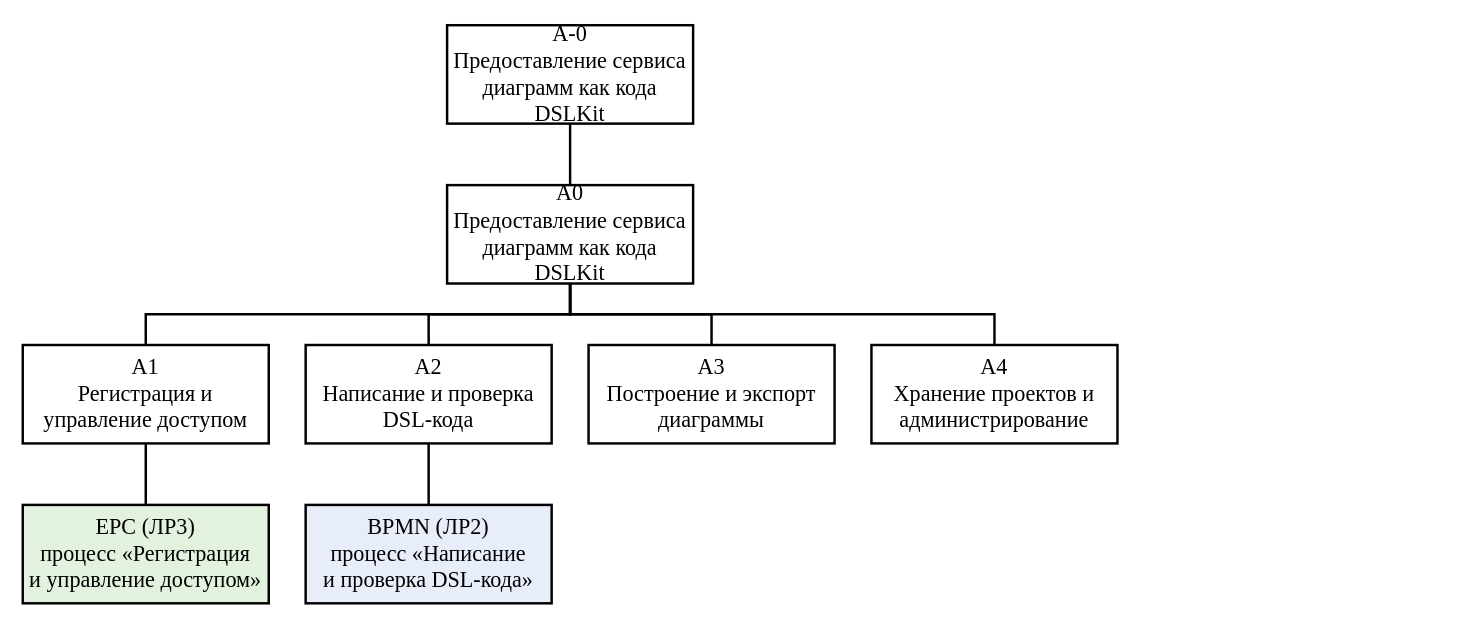
Above: page "Дерево узлов" (3 of 4) of docs/mbp/ЛР1_Анализ_предметной_области/ВСЕ_ДИАГРАММЫ_ЛР1.drawio in KsushaKhadzhinova/DSLKit-Project (draw.io), before the change. Source tidied: cells renumbered, new cells numbered last; positions are measured from the earlier drawing's top-left corner, leaving out a move shared by most shapes. Both pictures are drawn from the tidied source at 123%, with x=0, y=0 at pixel (22, 25).
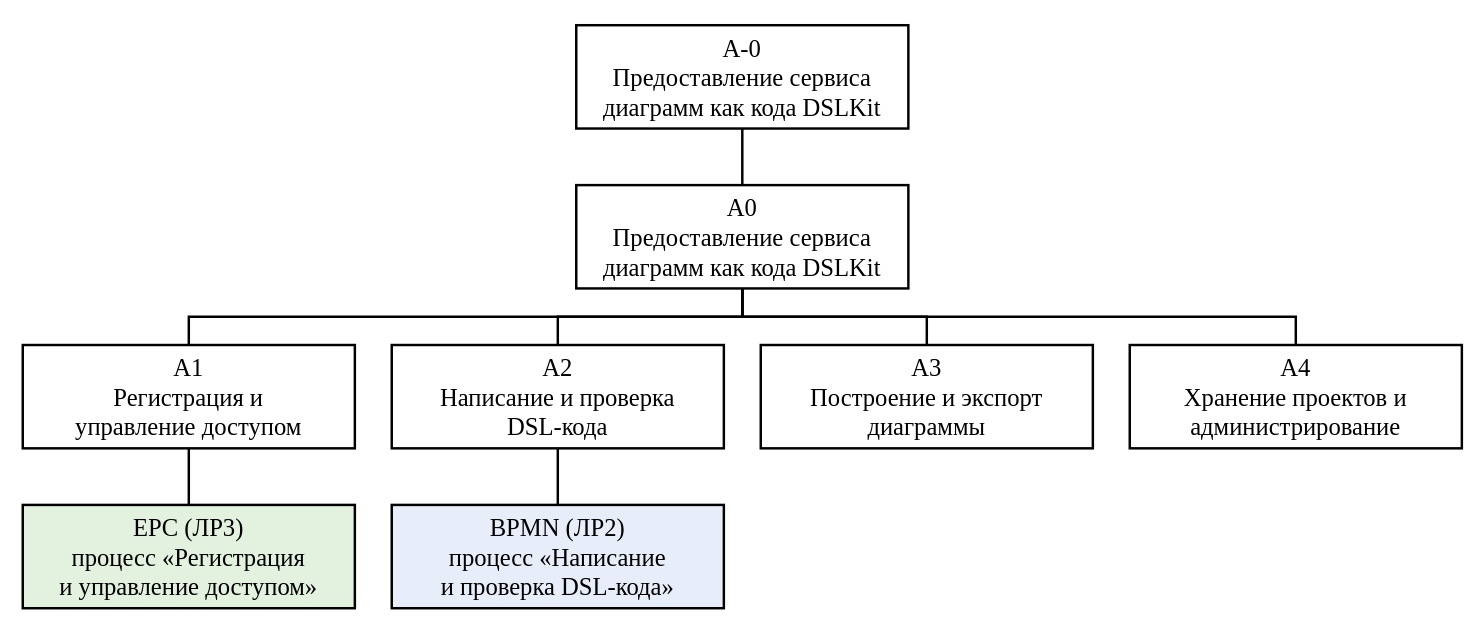
After the change.

What changed in the source:
```diff
@@
-    <mxCell id="2" value="A-0&lt;br&gt;Предоставление сервиса&lt;br&gt;диаграмм как кода DSLKit" style="html=1;fontFamily=Times New Roman;rounded=0;whiteSpace=wrap;fillColor=#FFFFFF;strokeColor=#000000;strokeWidth=2;fontSize=18;align=center;verticalAlign=middle;" parent="1" vertex="1">
-      <mxGeometry x="345" width="200" height="80" as="geometry" />
+    <mxCell id="2" value="A-0&lt;br&gt;Предоставление сервиса&lt;br&gt;диаграмм как кода DSLKit" style="html=1;fontFamily=Times New Roman;rounded=0;whiteSpace=wrap;fillColor=#FFFFFF;strokeColor=#000000;strokeWidth=2;fontSize=20;align=center;verticalAlign=middle;" parent="1" vertex="1">
+      <mxGeometry x="450" width="270" height="84" as="geometry" />
     </mxCell>
-    <mxCell id="3" value="A0&lt;br&gt;Предоставление сервиса&lt;br&gt;диаграмм как кода DSLKit" style="html=1;fontFamily=Times New Roman;rounded=0;whiteSpace=wrap;fillColor=#FFFFFF;strokeColor=#000000;strokeWidth=2;fontSize=18;align=center;verticalAlign=middle;" parent="1" vertex="1">
-      <mxGeometry x="345" y="130" width="200" height="80" as="geometry" />
+    <mxCell id="3" value="A0&lt;br&gt;Предоставление сервиса&lt;br&gt;диаграмм как кода DSLKit" style="html=1;fontFamily=Times New Roman;rounded=0;whiteSpace=wrap;fillColor=#FFFFFF;strokeColor=#000000;strokeWidth=2;fontSize=20;align=center;verticalAlign=middle;" parent="1" vertex="1">
+      <mxGeometry x="450" y="130" width="270" height="84" as="geometry" />
     </mxCell>
-    <mxCell id="4" value="A1&lt;br&gt;Регистрация и&lt;br&gt;управление доступом" style="html=1;fontFamily=Times New Roman;rounded=0;whiteSpace=wrap;fillColor=#FFFFFF;strokeColor=#000000;strokeWidth=2;fontSize=18;align=center;verticalAlign=middle;" parent="1" vertex="1">
-      <mxGeometry y="260" width="200" height="80" as="geometry" />
+    <mxCell id="4" value="A1&lt;br&gt;Регистрация и&lt;br&gt;управление доступом" style="html=1;fontFamily=Times New Roman;rounded=0;whiteSpace=wrap;fillColor=#FFFFFF;strokeColor=#000000;strokeWidth=2;fontSize=20;align=center;verticalAlign=middle;" parent="1" vertex="1">
+      <mxGeometry y="260" width="270" height="84" as="geometry" />
     </mxCell>
-    <mxCell id="5" value="EPC (ЛР3)&lt;br&gt;процесс «Регистрация&lt;br&gt;и управление доступом»" style="html=1;fontFamily=Times New Roman;rounded=0;whiteSpace=wrap;fillColor=#E3F1DF;strokeColor=#000000;strokeWidth=2;fontSize=18;align=center;verticalAlign=middle;" parent="1" vertex="1">
-      <mxGeometry y="390" width="200" height="80" as="geometry" />
+    <mxCell id="5" value="EPC (ЛР3)&lt;br&gt;процесс «Регистрация&lt;br&gt;и управление доступом»" style="html=1;fontFamily=Times New Roman;rounded=0;whiteSpace=wrap;fillColor=#E3F1DF;strokeColor=#000000;strokeWidth=2;fontSize=20;align=center;verticalAlign=middle;" parent="1" vertex="1">
+      <mxGeometry y="390" width="270" height="84" as="geometry" />
     </mxCell>
-    <mxCell id="6" value="A2&lt;br&gt;Написание и проверка&lt;br&gt;DSL-кода" style="html=1;fontFamily=Times New Roman;rounded=0;whiteSpace=wrap;fillColor=#FFFFFF;strokeColor=#000000;strokeWidth=2;fontSize=18;align=center;verticalAlign=middle;" parent="1" vertex="1">
-      <mxGeometry x="230" y="260" width="200" height="80" as="geometry" />
+    <mxCell id="6" value="A2&lt;br&gt;Написание и проверка&lt;br&gt;DSL-кода" style="html=1;fontFamily=Times New Roman;rounded=0;whiteSpace=wrap;fillColor=#FFFFFF;strokeColor=#000000;strokeWidth=2;fontSize=20;align=center;verticalAlign=middle;" parent="1" vertex="1">
+      <mxGeometry x="300" y="260" width="270" height="84" as="geometry" />
     </mxCell>
-    <mxCell id="7" value="BPMN (ЛР2)&lt;br&gt;процесс «Написание&lt;br&gt;и проверка DSL-кода»" style="html=1;fontFamily=Times New Roman;rounded=0;whiteSpace=wrap;fillColor=#E8EEF9;strokeColor=#000000;strokeWidth=2;fontSize=18;align=center;verticalAlign=middle;" parent="1" vertex="1">
-      <mxGeometry x="230" y="390" width="200" height="80" as="geometry" />
+    <mxCell id="7" value="BPMN (ЛР2)&lt;br&gt;процесс «Написание&lt;br&gt;и проверка DSL-кода»" style="html=1;fontFamily=Times New Roman;rounded=0;whiteSpace=wrap;fillColor=#E8EEF9;strokeColor=#000000;strokeWidth=2;fontSize=20;align=center;verticalAlign=middle;" parent="1" vertex="1">
+      <mxGeometry x="300" y="390" width="270" height="84" as="geometry" />
     </mxCell>
-    <mxCell id="8" value="A3&lt;br&gt;Построение и экспорт&lt;br&gt;диаграммы" style="html=1;fontFamily=Times New Roman;rounded=0;whiteSpace=wrap;fillColor=#FFFFFF;strokeColor=#000000;strokeWidth=2;fontSize=18;align=center;verticalAlign=middle;" parent="1" vertex="1">
-      <mxGeometry x="460" y="260" width="200" height="80" as="geometry" />
+    <mxCell id="8" value="A3&lt;br&gt;Построение и экспорт&lt;br&gt;диаграммы" style="html=1;fontFamily=Times New Roman;rounded=0;whiteSpace=wrap;fillColor=#FFFFFF;strokeColor=#000000;strokeWidth=2;fontSize=20;align=center;verticalAlign=middle;" parent="1" vertex="1">
+      <mxGeometry x="600" y="260" width="270" height="84" as="geometry" />
     </mxCell>
-    <mxCell id="9" value="A4&lt;br&gt;Хранение проектов и&lt;br&gt;администрирование" style="html=1;fontFamily=Times New Roman;rounded=0;whiteSpace=wrap;fillColor=#FFFFFF;strokeColor=#000000;strokeWidth=2;fontSize=18;align=center;verticalAlign=middle;" parent="1" vertex="1">
-      <mxGeometry x="690" y="260" width="200" height="80" as="geometry" />
+    <mxCell id="9" value="A4&lt;br&gt;Хранение проектов и&lt;br&gt;администрирование" style="html=1;fontFamily=Times New Roman;rounded=0;whiteSpace=wrap;fillColor=#FFFFFF;strokeColor=#000000;strokeWidth=2;fontSize=20;align=center;verticalAlign=middle;" parent="1" vertex="1">
+      <mxGeometry x="900" y="260" width="270" height="84" as="geometry" />
     </mxCell>
@@
     <mxCell id="11" style="html=1;rounded=0;edgeStyle=none;strokeColor=#000000;endArrow=none;strokeWidth=2;exitX=0.5000;exitY=1.0000;exitDx=0;exitDy=0;entryX=0.5000;entryY=0.0000;entryDx=0;entryDy=0;" parent="1" edge="1" source="3" target="4">
       <mxGeometry relative="1" as="geometry">
         <Array as="points">
-          <mxPoint x="445" y="235" />
-          <mxPoint x="100" y="235" />
+          <mxPoint x="585" y="237" />
+          <mxPoint x="135" y="237" />
         </Array>
       </mxGeometry>
     </mxCell>
@@
     <mxCell id="13" style="html=1;rounded=0;edgeStyle=none;strokeColor=#000000;endArrow=none;strokeWidth=2;exitX=0.5000;exitY=1.0000;exitDx=0;exitDy=0;entryX=0.5000;entryY=0.0000;entryDx=0;entryDy=0;" parent="1" edge="1" source="3" target="6">
       <mxGeometry relative="1" as="geometry">
         <Array as="points">
-          <mxPoint x="445" y="235" />
-          <mxPoint x="330" y="235" />
+          <mxPoint x="585" y="237" />
+          <mxPoint x="435" y="237" />
         </Array>
       </mxGeometry>
     </mxCell>
@@
     <mxCell id="15" style="html=1;rounded=0;edgeStyle=none;strokeColor=#000000;endArrow=none;strokeWidth=2;exitX=0.5000;exitY=1.0000;exitDx=0;exitDy=0;entryX=0.5000;entryY=0.0000;entryDx=0;entryDy=0;" parent="1" edge="1" source="3" target="8">
       <mxGeometry relative="1" as="geometry">
         <Array as="points">
-          <mxPoint x="445" y="235" />
-          <mxPoint x="560" y="235" />
+          <mxPoint x="585" y="237" />
+          <mxPoint x="735" y="237" />
         </Array>
       </mxGeometry>
     </mxCell>
     <mxCell id="16" style="html=1;rounded=0;edgeStyle=none;strokeColor=#000000;endArrow=none;strokeWidth=2;exitX=0.5000;exitY=1.0000;exitDx=0;exitDy=0;entryX=0.5000;entryY=0.0000;entryDx=0;entryDy=0;" parent="1" edge="1" source="3" target="9">
       <mxGeometry relative="1" as="geometry">
         <Array as="points">
-          <mxPoint x="445" y="235" />
-          <mxPoint x="790" y="235" />
+          <mxPoint x="585" y="237" />
+          <mxPoint x="1035" y="237" />
         </Array>
       </mxGeometry>
     </mxCell>
```
